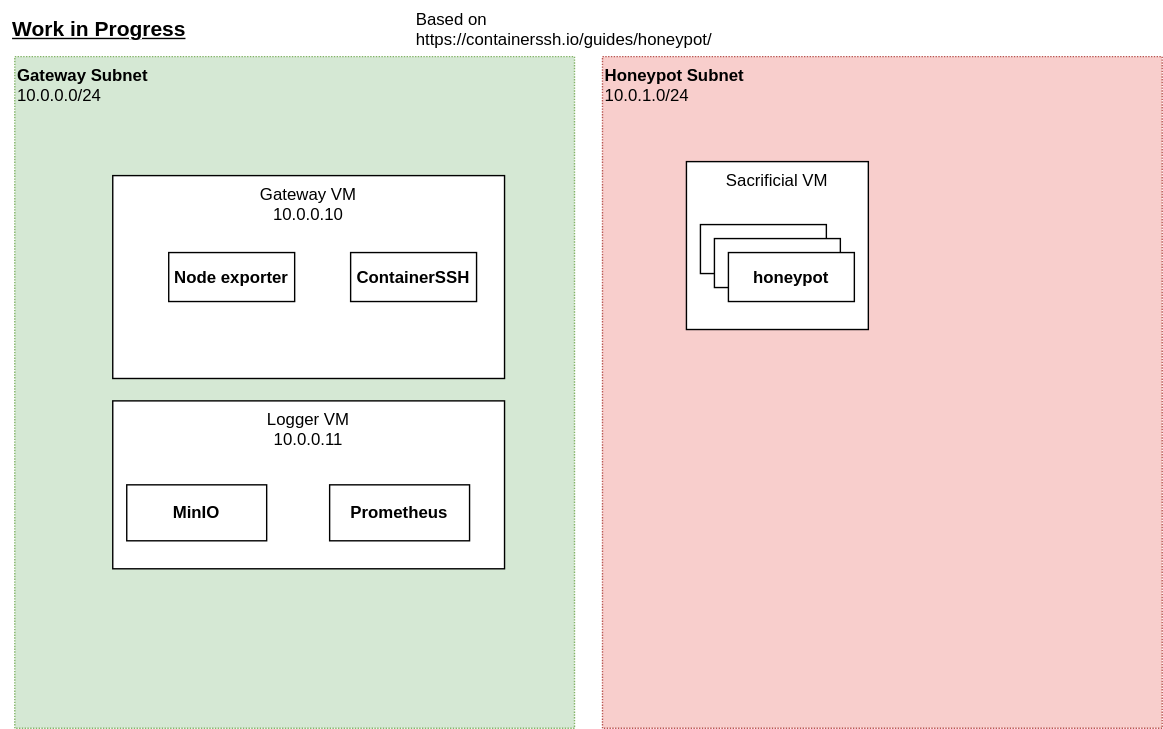
Before: diagrams/infra.drawio.svg, a diagram exported from draw.io (paseaf/ContainerSSH-honeypot). Source tidied: cells renumbered, new cells last; positions are measured from the earlier drawing's top-left corner, leaving out a move shared by most shapes.
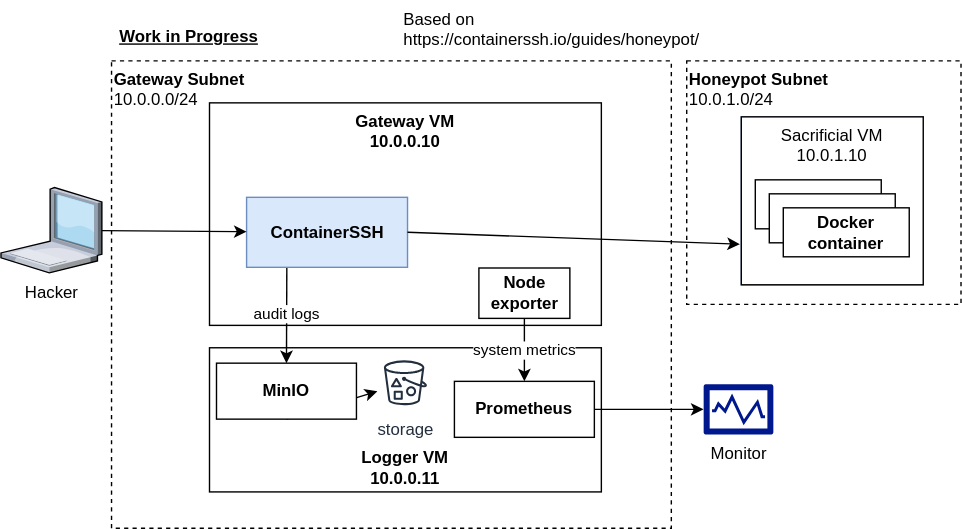
After the commit.

Commit message:
docs: update infra diagram; add demo diagram

Diff of the diagram source:
```diff
@@ -2,47 +2,79 @@
   <root>
     <mxCell id="0" />
     <mxCell id="1" parent="0" />
-    <mxCell id="2" value="Honeypot Subnet&lt;br&gt;&lt;span style=&quot;font-weight: 400 ; text-align: center&quot;&gt;10.0.1.0/24&lt;/span&gt;" style="rounded=0;whiteSpace=wrap;html=1;fillColor=#f8cecc;dashed=1;dashPattern=1 1;strokeColor=#b85450;verticalAlign=top;fontStyle=1;align=left;" parent="1" vertex="1">
-      <mxGeometry x="430" y="40" width="400" height="480" as="geometry" />
+    <mxCell id="2" value="Honeypot Subnet&lt;br&gt;&lt;span style=&quot;font-weight: 400 ; text-align: center&quot;&gt;10.0.1.0/24&lt;/span&gt;" style="rounded=0;whiteSpace=wrap;html=1;dashed=1;verticalAlign=top;fontStyle=1;align=left;" parent="1" vertex="1">
+      <mxGeometry x="603" y="105" width="196" height="174" as="geometry" />
     </mxCell>
-    <mxCell id="3" value="Gateway Subnet&lt;br&gt;&lt;span style=&quot;font-weight: 400 ; text-align: center&quot;&gt;10.0.0.0/24&lt;/span&gt;" style="rounded=0;whiteSpace=wrap;html=1;fillColor=#d5e8d4;dashed=1;dashPattern=1 1;strokeColor=#82b366;verticalAlign=top;fontStyle=1;align=left;" parent="1" vertex="1">
-      <mxGeometry x="10" y="40" width="400" height="480" as="geometry" />
+    <mxCell id="3" value="Gateway Subnet&lt;br&gt;&lt;span style=&quot;font-weight: 400 ; text-align: center&quot;&gt;10.0.0.0/24&lt;/span&gt;" style="rounded=0;whiteSpace=wrap;html=1;dashed=1;verticalAlign=top;fontStyle=1;align=left;" parent="1" vertex="1">
+      <mxGeometry x="192" y="105" width="400" height="334" as="geometry" />
     </mxCell>
-    <mxCell id="4" value="Gateway VM&lt;br&gt;10.0.0.10" style="rounded=0;whiteSpace=wrap;html=1;verticalAlign=top;" parent="1" vertex="1">
-      <mxGeometry x="80" y="125" width="280" height="145" as="geometry" />
+    <mxCell id="4" value="Gateway VM&lt;br&gt;10.0.0.10" style="rounded=0;whiteSpace=wrap;html=1;verticalAlign=top;fontStyle=1;" parent="1" vertex="1">
+      <mxGeometry x="262" y="135" width="280" height="159" as="geometry" />
     </mxCell>
-    <mxCell id="5" value="Sacrificial VM" style="rounded=0;whiteSpace=wrap;html=1;verticalAlign=top;" parent="1" vertex="1">
-      <mxGeometry x="490" y="115" width="130" height="120" as="geometry" />
-    </mxCell>
     <mxCell id="6" value="Based on https://containerssh.io/guides/honeypot/" style="text;whiteSpace=wrap;html=1;" parent="1" vertex="1">
-      <mxGeometry x="295" width="240" height="30" as="geometry" />
+      <mxGeometry x="399" y="62" width="240" height="30" as="geometry" />
     </mxCell>
-    <mxCell id="7" value="Logger VM&lt;br&gt;10.0.0.11" style="rounded=0;whiteSpace=wrap;html=1;verticalAlign=top;" parent="1" vertex="1">
-      <mxGeometry x="80" y="286" width="280" height="120" as="geometry" />
+    <mxCell id="7" value="Logger VM&lt;br&gt;10.0.0.11" style="rounded=0;whiteSpace=wrap;html=1;verticalAlign=bottom;fontStyle=1;" parent="1" vertex="1">
+      <mxGeometry x="262" y="310" width="280" height="103" as="geometry" />
     </mxCell>
+    <mxCell id="16" style="edgeStyle=none;html=1;entryX=0;entryY=0.5;entryDx=0;entryDy=0;entryPerimeter=0;" parent="1" edge="1" source="8" target="22">
+      <mxGeometry relative="1" as="geometry" />
+    </mxCell>
     <mxCell id="8" value="Prometheus" style="whiteSpace=wrap;html=1;fontStyle=1;" parent="1" vertex="1">
-      <mxGeometry x="235" y="346" width="100" height="40" as="geometry" />
+      <mxGeometry x="437" y="334" width="100" height="40" as="geometry" />
     </mxCell>
+    <mxCell id="17" style="edgeStyle=none;html=1;exitX=0.5;exitY=1;exitDx=0;exitDy=0;" parent="1" edge="1" source="9" target="23">
+      <mxGeometry relative="1" as="geometry" />
+    </mxCell>
     <mxCell id="9" value="MinIO" style="whiteSpace=wrap;html=1;fontStyle=1;" parent="1" vertex="1">
-      <mxGeometry x="90" y="346" width="100" height="40" as="geometry" />
+      <mxGeometry x="267" y="321" width="100" height="40" as="geometry" />
     </mxCell>
-    <mxCell id="10" value="&lt;u&gt;&lt;font style=&quot;font-size: 15px&quot;&gt;Work in Progress&lt;/font&gt;&lt;/u&gt;" style="text;html=1;align=center;verticalAlign=middle;strokeColor=none;fillColor=none;fontStyle=1;" parent="1" vertex="1">
-      <mxGeometry y="10" width="140" height="20" as="geometry" />
-    </mxCell>
+    <mxCell id="18" value="system metrics" style="edgeStyle=none;html=1;entryX=0.5;entryY=0;entryDx=0;entryDy=0;" parent="1" edge="1" source="11" target="8">
+      <mxGeometry relative="1" as="geometry" />
+    </mxCell>
     <mxCell id="11" value="Node exporter" style="whiteSpace=wrap;html=1;fontStyle=1;" parent="1" vertex="1">
-      <mxGeometry x="120" y="180" width="90" height="35" as="geometry" />
+      <mxGeometry x="454.5" y="253" width="65" height="36" as="geometry" />
     </mxCell>
+    <mxCell id="19" value="audit logs" style="edgeStyle=none;html=1;exitX=0.25;exitY=1;exitDx=0;exitDy=0;entryX=0.5;entryY=0;entryDx=0;entryDy=0;" parent="1" edge="1" source="12" target="9">
+      <mxGeometry relative="1" as="geometry" />
+    </mxCell>
-    <mxCell id="12" value="ContainerSSH" style="whiteSpace=wrap;html=1;fontStyle=1;" parent="1" vertex="1">
-      <mxGeometry x="250" y="180" width="90" height="35" as="geometry" />
+    <mxCell id="12" value="ContainerSSH" style="whiteSpace=wrap;html=1;fontStyle=1;fillColor=#dae8fc;strokeColor=#6c8ebf;" parent="1" vertex="1">
+      <mxGeometry x="288.5" y="202.5" width="115" height="50" as="geometry" />
     </mxCell>
+    <mxCell id="20" style="edgeStyle=none;html=1;fontStyle=1;" parent="1" edge="1" source="21" target="12">
+      <mxGeometry relative="1" as="geometry" />
+    </mxCell>
+    <mxCell id="21" value="Hacker" style="verticalLabelPosition=bottom;sketch=0;html=1;verticalAlign=top;strokeColor=none;align=center;outlineConnect=0;shape=mxgraph.citrix.laptop_1;" parent="1" vertex="1">
+      <mxGeometry x="113" y="195.5" width="72.1" height="61" as="geometry" />
+    </mxCell>
+    <mxCell id="22" value="Monitor" style="sketch=0;shadow=0;dashed=0;html=1;strokeColor=none;labelPosition=center;verticalLabelPosition=bottom;verticalAlign=top;align=center;fillColor=#00188D;shape=mxgraph.mscae.enterprise.performance_monitor;" parent="1" vertex="1">
+      <mxGeometry x="615" y="336" width="50" height="36" as="geometry" />
+    </mxCell>
+    <mxCell id="23" value="storage" style="sketch=0;outlineConnect=0;fontColor=#232F3E;gradientColor=none;strokeColor=#232F3E;fillColor=#ffffff;dashed=0;verticalLabelPosition=bottom;verticalAlign=top;align=center;html=1;fontSize=12;fontStyle=0;shape=mxgraph.aws4.resourceIcon;resIcon=mxgraph.aws4.bucket_with_objects;" parent="1" vertex="1">
+      <mxGeometry x="382" y="315" width="40" height="40" as="geometry" />
+    </mxCell>
+    <mxCell id="24" style="group;fillColor=#dae8fc;strokeColor=#6c8ebf;" parent="1" vertex="1">
+      <mxGeometry x="642" y="145" width="130" height="120" as="geometry" />
+    </mxCell>
+    <mxCell id="5" value="Sacrificial VM&lt;br&gt;10.0.1.10" style="rounded=0;whiteSpace=wrap;html=1;verticalAlign=top;" parent="24" vertex="1">
+      <mxGeometry width="130" height="120" as="geometry" />
+    </mxCell>
-    <mxCell id="13" value="honeypot" style="whiteSpace=wrap;html=1;fontStyle=1;" parent="1" vertex="1">
-      <mxGeometry x="500" y="160" width="90" height="35" as="geometry" />
+    <mxCell id="13" value="honeypot" style="whiteSpace=wrap;html=1;fontStyle=1;" parent="24" vertex="1">
+      <mxGeometry x="10" y="45" width="90" height="35" as="geometry" />
     </mxCell>
-    <mxCell id="14" value="honeypot" style="whiteSpace=wrap;html=1;fontStyle=1;" parent="1" vertex="1">
-      <mxGeometry x="510" y="170" width="90" height="35" as="geometry" />
+    <mxCell id="14" value="honeypot" style="whiteSpace=wrap;html=1;fontStyle=1;" parent="24" vertex="1">
+      <mxGeometry x="20" y="55" width="90" height="35" as="geometry" />
     </mxCell>
-    <mxCell id="15" value="honeypot" style="whiteSpace=wrap;html=1;fontStyle=1;" parent="1" vertex="1">
-      <mxGeometry x="520" y="180" width="90" height="35" as="geometry" />
+    <mxCell id="15" value="Docker&lt;br&gt;container" style="whiteSpace=wrap;html=1;fontStyle=1;" parent="24" vertex="1">
+      <mxGeometry x="30" y="65" width="90" height="35" as="geometry" />
     </mxCell>
+    <mxCell id="25" style="edgeStyle=none;html=1;exitX=1;exitY=0.5;exitDx=0;exitDy=0;" parent="1" edge="1" source="12">
+      <mxGeometry relative="1" as="geometry">
+        <mxPoint x="641" y="236" as="targetPoint" />
+      </mxGeometry>
+    </mxCell>
+    <mxCell id="10" value="Work in Progress" style="text;html=1;align=center;verticalAlign=middle;strokeColor=none;fillColor=none;fontStyle=5;" parent="1" vertex="1">
+      <mxGeometry x="192" y="79" width="109" height="18" as="geometry" />
+    </mxCell>
   </root>
 </mxGraphModel>
```
